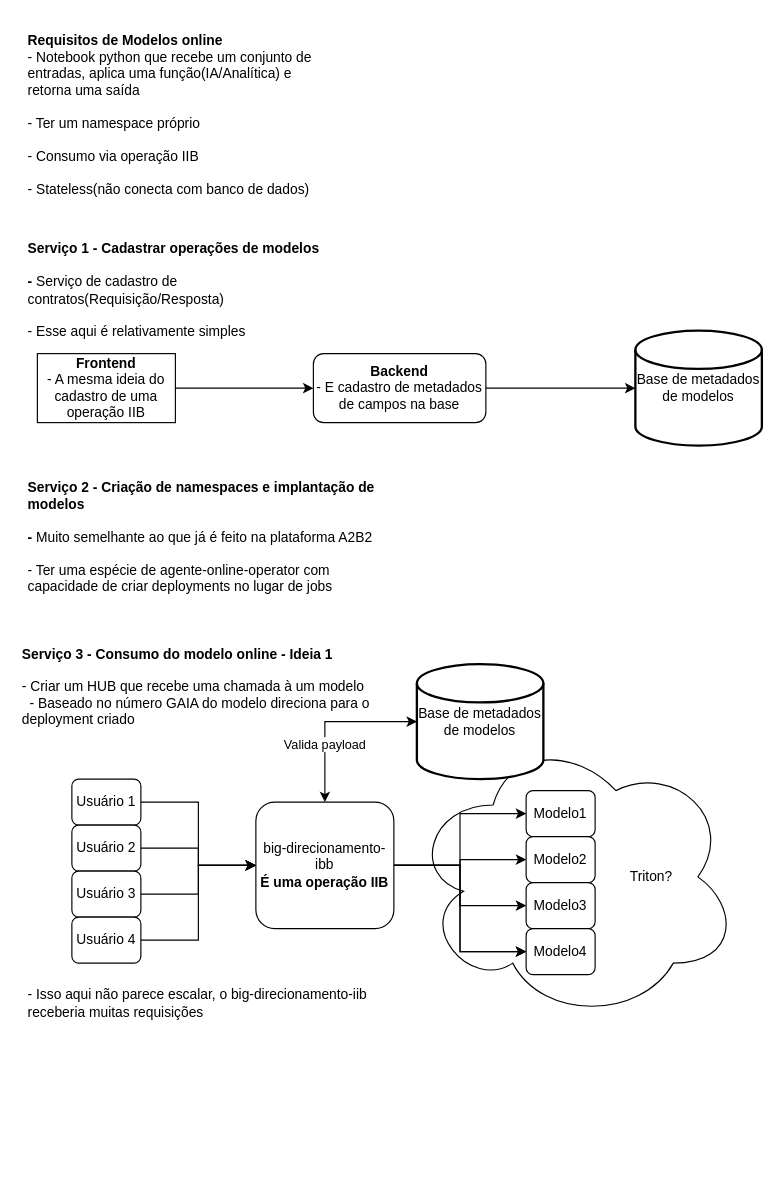
Above: Untitled Diagram.drawio in Rafael-F-Barbosa/utilidades (draw.io), before the change. Source tidied: cells renumbered, new cells numbered last; positions are measured from the earlier drawing's top-left corner, leaving out a move shared by most shapes. Both pictures are drawn from the tidied source at 115%, with x=0, y=0 at pixel (20, 20).
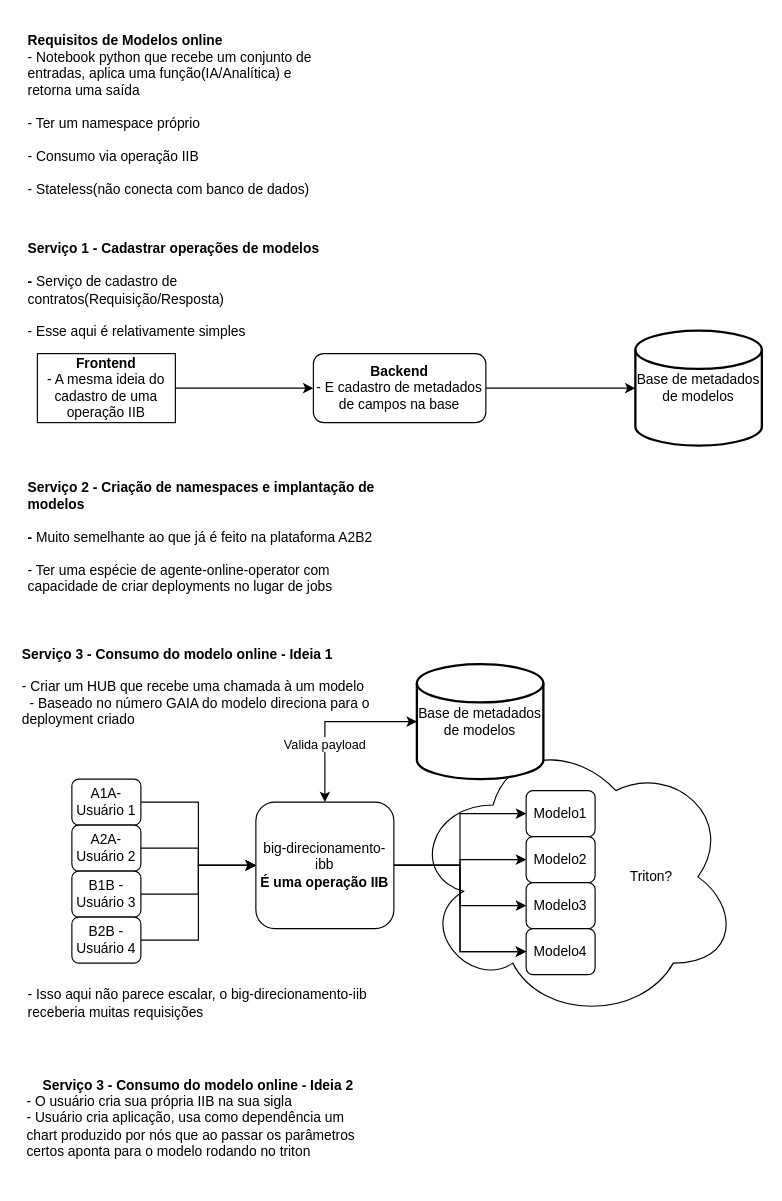
After the change.

What changed in the source:
```diff
@@
-    <mxCell id="19" value="Usuário 1" style="rounded=1;whiteSpace=wrap;html=1;" parent="1" vertex="1">
+    <mxCell id="19" value="A1A- Usuário 1" style="rounded=1;whiteSpace=wrap;html=1;" parent="1" vertex="1">
       <mxGeometry x="45" y="660" width="60" height="40" as="geometry" />
     </mxCell>
@@
-    <mxCell id="21" value="Usuário 2" style="rounded=1;whiteSpace=wrap;html=1;" parent="1" vertex="1">
+    <mxCell id="21" value="A2A-Usuário 2" style="rounded=1;whiteSpace=wrap;html=1;" parent="1" vertex="1">
       <mxGeometry x="45" y="700" width="60" height="40" as="geometry" />
     </mxCell>
@@
-    <mxCell id="23" value="Usuário 3" style="rounded=1;whiteSpace=wrap;html=1;" parent="1" vertex="1">
+    <mxCell id="23" value="B1B -Usuário 3" style="rounded=1;whiteSpace=wrap;html=1;" parent="1" vertex="1">
       <mxGeometry x="45" y="740" width="60" height="40" as="geometry" />
     </mxCell>
@@
-    <mxCell id="25" value="Usuário 4" style="rounded=1;whiteSpace=wrap;html=1;" parent="1" vertex="1">
+    <mxCell id="25" value="B2B - Usuário 4" style="rounded=1;whiteSpace=wrap;html=1;" parent="1" vertex="1">
       <mxGeometry x="45" y="780" width="60" height="40" as="geometry" />
     </mxCell>
@@
+    <mxCell id="34" value="&lt;b&gt;Serviço 3 - Consumo do modelo online - Ideia 2&lt;/b&gt;&lt;div style=&quot;text-align: left;&quot;&gt;- O usuário cria sua própria IIB na sua sigla&lt;/div&gt;&lt;div style=&quot;text-align: left;&quot;&gt;- Usuário cria aplicação, usa como dependência um chart produzido por nós que ao passar os parâmetros certos aponta para o modelo rodando no triton&lt;/div&gt;" style="text;html=1;align=center;verticalAlign=middle;whiteSpace=wrap;rounded=0;" parent="1" vertex="1">
+      <mxGeometry x="5" y="900" width="300" height="110" as="geometry" />
+    </mxCell>
```
